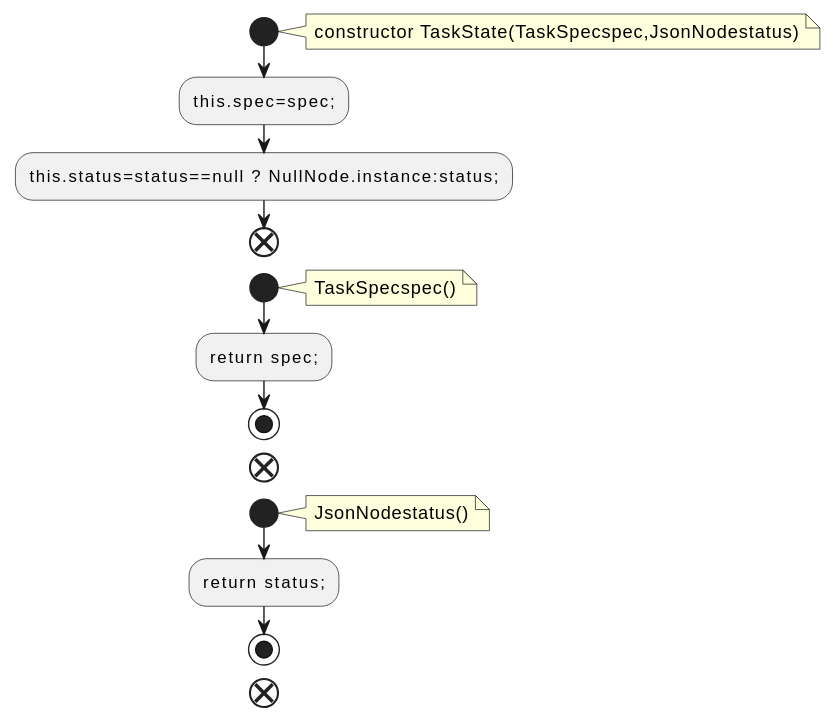
Before: docs/qc/trogdor/src/main/java/org/apache/kafka/trogdor/rest/TaskState.java.fct.svg, a diagram exported from PlantUML (qualitesys/kafka).
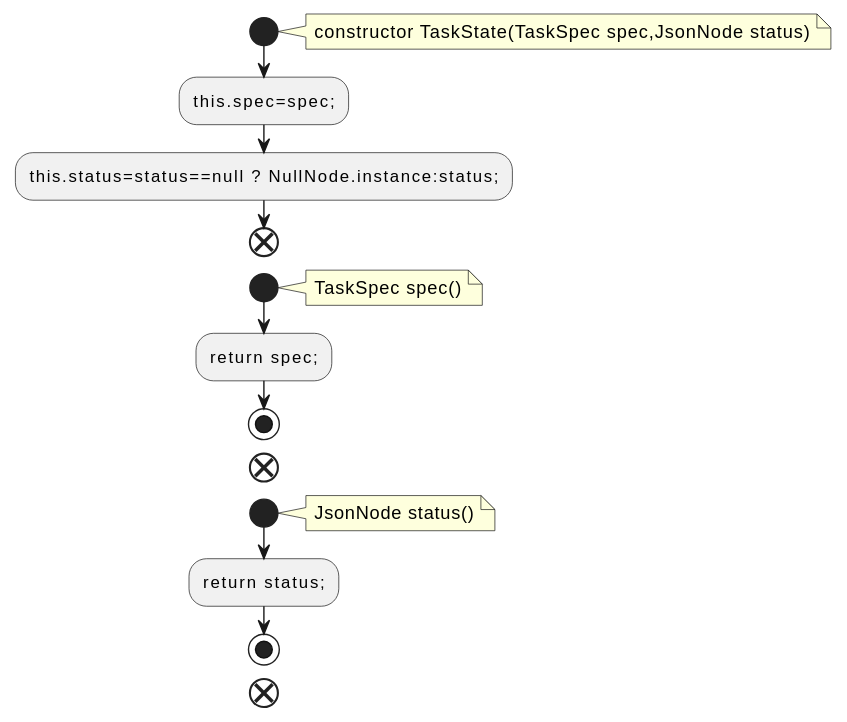
Above is the later version.

What changed in the source:
```diff
@@ -2,21 +2,21 @@
 !pragma layout smetana
 start
 note right
-constructor TaskState(TaskSpecspec,JsonNodestatus)
+constructor TaskState(TaskSpec spec,JsonNode status)
 end note
 :this.spec=spec;;
 :this.status=status==null ? NullNode.instance:status;;
 end
 start
 note right
-TaskSpecspec()
+TaskSpec spec()
 end note
 :return spec;;
 stop
 end
 start
 note right
-JsonNodestatus()
+JsonNode status()
 end note
 :return status;;
 stop
```
